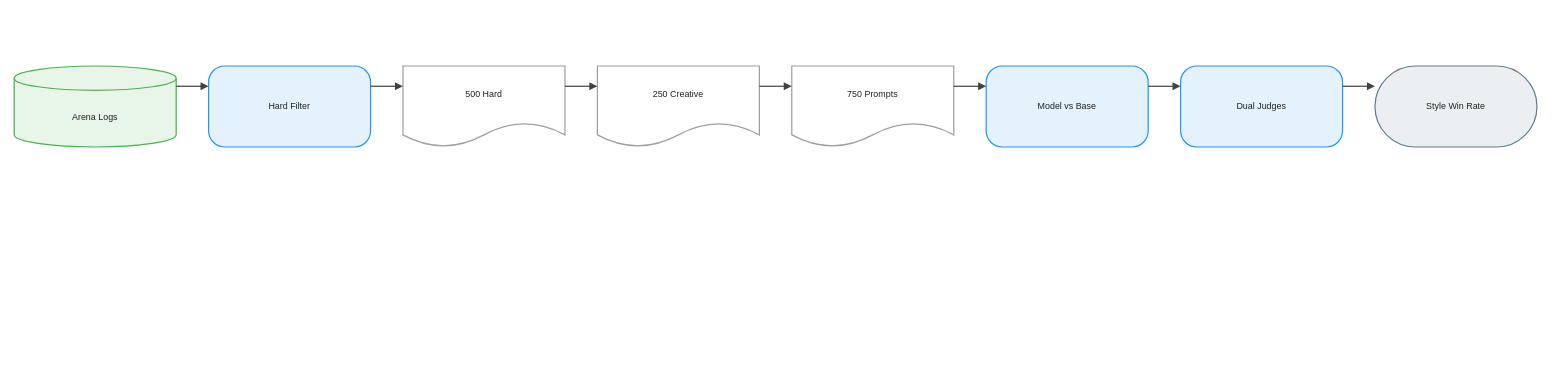
The draw.io diagram client/public/drawio/Arena-Hard-Auto_v2.0/Arena-Hard-Auto_v2.0.en.drawio in joe1chief/benchmark-hub, before the edit. Source tidied: cells renumbered, new cells numbered last; positions are measured from the earlier drawing's top-left corner, leaving out a move shared by most shapes. Both pictures are drawn from the tidied source at 81%, with x=0, y=0 at pixel (14, 66).
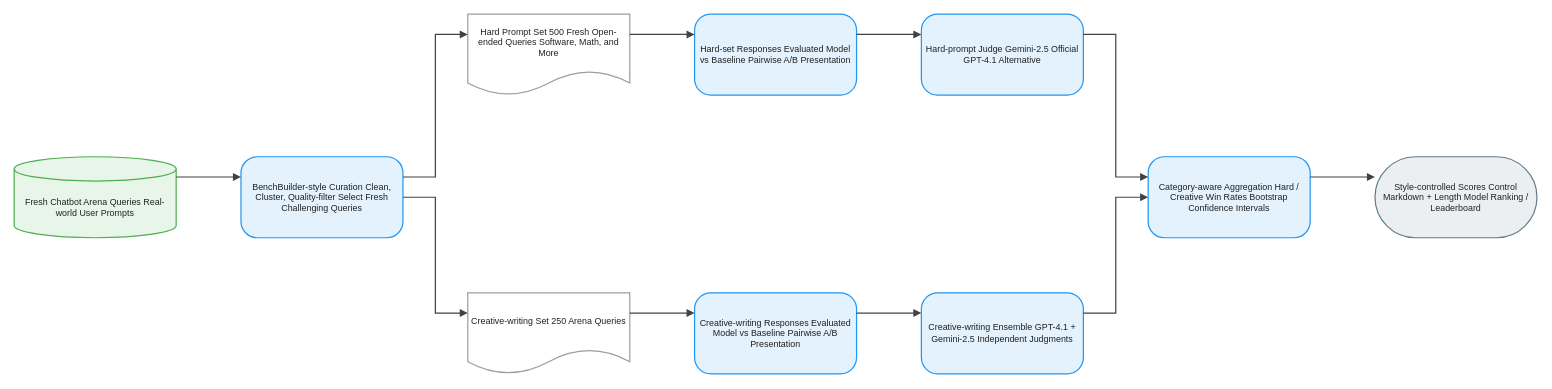
The same page after the edit.

The edit, as a diff of the source:
```diff
@@
-    <mxCell id="2" value="Arena Logs" style="shape=cylinder3;boundedLbl=1;backgroundOutline=1;size=15;html=1;whiteSpace=wrap;fillColor=#E8F5E9;strokeColor=#4CAF50;strokeWidth=1.5;fontColor=#212121;fontSize=11;fontFamily=Arial, Helvetica, sans-serif;verticalAlign=middle;align=center;" parent="1" vertex="1">
-      <mxGeometry width="200" height="100" as="geometry" />
+    <mxCell id="2" value="Fresh Chatbot Arena Queries Real-world User Prompts" style="shape=cylinder3;boundedLbl=1;backgroundOutline=1;size=15;html=1;whiteSpace=wrap;fillColor=#E8F5E9;strokeColor=#4CAF50;strokeWidth=1.5;fontColor=#212121;fontSize=11;fontFamily=Arial, Helvetica, sans-serif;verticalAlign=middle;align=center;" parent="1" vertex="1">
+      <mxGeometry y="112" width="200" height="100" as="geometry" />
     </mxCell>
-    <mxCell id="3" value="Hard Filter" style="rounded=1;arcSize=20;html=1;whiteSpace=wrap;fillColor=#E3F2FD;strokeColor=#2196F3;strokeWidth=1.5;fontColor=#212121;fontSize=11;fontFamily=Arial, Helvetica, sans-serif;verticalAlign=middle;align=center;" parent="1" vertex="1">
-      <mxGeometry x="240" width="200" height="100" as="geometry" />
+    <mxCell id="3" value="BenchBuilder-style Curation Clean, Cluster, Quality-filter Select Fresh Challenging Queries" style="rounded=1;arcSize=20;html=1;whiteSpace=wrap;fillColor=#E3F2FD;strokeColor=#2196F3;strokeWidth=1.5;fontColor=#212121;fontSize=11;fontFamily=Arial, Helvetica, sans-serif;verticalAlign=middle;align=center;" parent="1" vertex="1">
+      <mxGeometry x="280" y="112" width="200" height="100" as="geometry" />
     </mxCell>
-    <mxCell id="4" value="500 Hard" style="shape=document;boundedLbl=1;html=1;whiteSpace=wrap;fillColor=#FFFFFF;strokeColor=#9E9E9E;strokeWidth=1.5;fontColor=#212121;fontSize=11;fontFamily=Arial, Helvetica, sans-serif;verticalAlign=middle;align=center;" parent="1" vertex="1">
-      <mxGeometry x="480" width="200" height="100" as="geometry" />
+    <mxCell id="4" value="Hard Prompt Set 500 Fresh Open-ended Queries Software, Math, and More" style="shape=document;boundedLbl=1;html=1;whiteSpace=wrap;fillColor=#FFFFFF;strokeColor=#9E9E9E;strokeWidth=1.5;fontColor=#212121;fontSize=11;fontFamily=Arial, Helvetica, sans-serif;verticalAlign=middle;align=center;" parent="1" vertex="1">
+      <mxGeometry x="560" y="-64" width="200" height="100" as="geometry" />
     </mxCell>
-    <mxCell id="5" value="250 Creative" style="shape=document;boundedLbl=1;html=1;whiteSpace=wrap;fillColor=#FFFFFF;strokeColor=#9E9E9E;strokeWidth=1.5;fontColor=#212121;fontSize=11;fontFamily=Arial, Helvetica, sans-serif;verticalAlign=middle;align=center;" parent="1" vertex="1">
-      <mxGeometry x="720" width="200" height="100" as="geometry" />
+    <mxCell id="5" value="Creative-writing Set 250 Arena Queries" style="shape=document;boundedLbl=1;html=1;whiteSpace=wrap;fillColor=#FFFFFF;strokeColor=#9E9E9E;strokeWidth=1.5;fontColor=#212121;fontSize=11;fontFamily=Arial, Helvetica, sans-serif;verticalAlign=middle;align=center;" parent="1" vertex="1">
+      <mxGeometry x="560" y="280" width="200" height="100" as="geometry" />
     </mxCell>
-    <mxCell id="6" value="750 Prompts" style="shape=document;boundedLbl=1;html=1;whiteSpace=wrap;fillColor=#FFFFFF;strokeColor=#9E9E9E;strokeWidth=1.5;fontColor=#212121;fontSize=11;fontFamily=Arial, Helvetica, sans-serif;verticalAlign=middle;align=center;" parent="1" vertex="1">
-      <mxGeometry x="960" width="200" height="100" as="geometry" />
+    <mxCell id="6" value="Hard-set Responses Evaluated Model vs Baseline Pairwise A/B Presentation" style="rounded=1;arcSize=20;html=1;whiteSpace=wrap;fillColor=#E3F2FD;strokeColor=#2196F3;strokeWidth=1.5;fontColor=#212121;fontSize=11;fontFamily=Arial, Helvetica, sans-serif;verticalAlign=middle;align=center;" parent="1" vertex="1">
+      <mxGeometry x="840" y="-64" width="200" height="100" as="geometry" />
     </mxCell>
-    <mxCell id="7" value="Model vs Base" style="rounded=1;arcSize=20;html=1;whiteSpace=wrap;fillColor=#E3F2FD;strokeColor=#2196F3;strokeWidth=1.5;fontColor=#212121;fontSize=11;fontFamily=Arial, Helvetica, sans-serif;verticalAlign=middle;align=center;" parent="1" vertex="1">
-      <mxGeometry x="1200" width="200" height="100" as="geometry" />
+    <mxCell id="7" value="Creative-writing Responses Evaluated Model vs Baseline Pairwise A/B Presentation" style="rounded=1;arcSize=20;html=1;whiteSpace=wrap;fillColor=#E3F2FD;strokeColor=#2196F3;strokeWidth=1.5;fontColor=#212121;fontSize=11;fontFamily=Arial, Helvetica, sans-serif;verticalAlign=middle;align=center;" parent="1" vertex="1">
+      <mxGeometry x="840" y="280" width="200" height="100" as="geometry" />
     </mxCell>
-    <mxCell id="8" value="Dual Judges" style="rounded=1;arcSize=20;html=1;whiteSpace=wrap;fillColor=#E3F2FD;strokeColor=#2196F3;strokeWidth=1.5;fontColor=#212121;fontSize=11;fontFamily=Arial, Helvetica, sans-serif;verticalAlign=middle;align=center;" parent="1" vertex="1">
-      <mxGeometry x="1440" width="200" height="100" as="geometry" />
+    <mxCell id="8" value="Hard-prompt Judge Gemini-2.5 Official GPT-4.1 Alternative" style="rounded=1;arcSize=20;html=1;whiteSpace=wrap;fillColor=#E3F2FD;strokeColor=#2196F3;strokeWidth=1.5;fontColor=#212121;fontSize=11;fontFamily=Arial, Helvetica, sans-serif;verticalAlign=middle;align=center;" parent="1" vertex="1">
+      <mxGeometry x="1120" y="-64" width="200" height="100" as="geometry" />
     </mxCell>
-    <mxCell id="9" value="Style Win Rate" style="rounded=1;arcSize=50;html=1;whiteSpace=wrap;fillColor=#ECEFF1;strokeColor=#607D8B;strokeWidth=1.5;fontColor=#212121;fontSize=11;fontFamily=Arial, Helvetica, sans-serif;verticalAlign=middle;align=center;" parent="1" vertex="1">
-      <mxGeometry x="1680" width="200" height="100" as="geometry" />
+    <mxCell id="9" value="Creative-writing Ensemble GPT-4.1 + Gemini-2.5 Independent Judgments" style="rounded=1;arcSize=20;html=1;whiteSpace=wrap;fillColor=#E3F2FD;strokeColor=#2196F3;strokeWidth=1.5;fontColor=#212121;fontSize=11;fontFamily=Arial, Helvetica, sans-serif;verticalAlign=middle;align=center;" parent="1" vertex="1">
+      <mxGeometry x="1120" y="280" width="200" height="100" as="geometry" />
     </mxCell>
-    <mxCell id="10" style="edgeStyle=orthogonalEdgeStyle;rounded=0;jettySize=auto;html=1;strokeColor=#424242;strokeWidth=1.5;endArrow=block;endFill=1;exitX=1;exitY=0.25;exitDx=0;exitDy=0;entryX=0;entryY=0.25;entryDx=0;entryDy=0;jumpStyle=arc;jumpSize=8;" parent="1" edge="1" source="2" target="3">
-      <mxGeometry relative="1" as="geometry" />
+    <mxCell id="10" value="Category-aware Aggregation Hard / Creative Win Rates Bootstrap Confidence Intervals" style="rounded=1;arcSize=20;html=1;whiteSpace=wrap;fillColor=#E3F2FD;strokeColor=#2196F3;strokeWidth=1.5;fontColor=#212121;fontSize=11;fontFamily=Arial, Helvetica, sans-serif;verticalAlign=middle;align=center;" parent="1" vertex="1">
+      <mxGeometry x="1400" y="112" width="200" height="100" as="geometry" />
     </mxCell>
-    <mxCell id="11" style="edgeStyle=orthogonalEdgeStyle;rounded=0;jettySize=auto;html=1;strokeColor=#424242;strokeWidth=1.5;endArrow=block;endFill=1;exitX=1;exitY=0.25;exitDx=0;exitDy=0;entryX=0;entryY=0.25;entryDx=0;entryDy=0;jumpStyle=arc;jumpSize=8;" parent="1" edge="1" source="3" target="4">
-      <mxGeometry relative="1" as="geometry" />
+    <mxCell id="11" value="Style-controlled Scores Control Markdown + Length Model Ranking / Leaderboard" style="rounded=1;arcSize=50;html=1;whiteSpace=wrap;fillColor=#ECEFF1;strokeColor=#607D8B;strokeWidth=1.5;fontColor=#212121;fontSize=11;fontFamily=Arial, Helvetica, sans-serif;verticalAlign=middle;align=center;" parent="1" vertex="1">
+      <mxGeometry x="1680" y="112" width="200" height="100" as="geometry" />
     </mxCell>
-    <mxCell id="12" style="edgeStyle=orthogonalEdgeStyle;rounded=0;jettySize=auto;html=1;strokeColor=#424242;strokeWidth=1.5;endArrow=block;endFill=1;exitX=1;exitY=0.25;exitDx=0;exitDy=0;entryX=0;entryY=0.25;entryDx=0;entryDy=0;jumpStyle=arc;jumpSize=8;" parent="1" edge="1" source="4" target="5">
+    <mxCell id="12" style="edgeStyle=orthogonalEdgeStyle;rounded=0;jettySize=auto;html=1;strokeColor=#424242;strokeWidth=1.5;endArrow=block;endFill=1;exitX=1;exitY=0.25;exitDx=0;exitDy=0;entryX=0;entryY=0.25;entryDx=0;entryDy=0;jumpStyle=arc;jumpSize=8;" parent="1" edge="1" source="2" target="3">
       <mxGeometry relative="1" as="geometry" />
     </mxCell>
-    <mxCell id="13" style="edgeStyle=orthogonalEdgeStyle;rounded=0;jettySize=auto;html=1;strokeColor=#424242;strokeWidth=1.5;endArrow=block;endFill=1;exitX=1;exitY=0.25;exitDx=0;exitDy=0;entryX=0;entryY=0.25;entryDx=0;entryDy=0;jumpStyle=arc;jumpSize=8;" parent="1" edge="1" source="5" target="6">
+    <mxCell id="13" style="edgeStyle=orthogonalEdgeStyle;rounded=0;jettySize=auto;html=1;strokeColor=#424242;strokeWidth=1.5;endArrow=block;endFill=1;exitX=1;exitY=0.25;exitDx=0;exitDy=0;entryX=0;entryY=0.25;entryDx=0;entryDy=0;jumpStyle=arc;jumpSize=8;" parent="1" edge="1" source="3" target="4">
       <mxGeometry relative="1" as="geometry" />
     </mxCell>
-    <mxCell id="14" style="edgeStyle=orthogonalEdgeStyle;rounded=0;jettySize=auto;html=1;strokeColor=#424242;strokeWidth=1.5;endArrow=block;endFill=1;exitX=1;exitY=0.25;exitDx=0;exitDy=0;entryX=0;entryY=0.25;entryDx=0;entryDy=0;jumpStyle=arc;jumpSize=8;" parent="1" edge="1" source="6" target="7">
+    <mxCell id="14" style="edgeStyle=orthogonalEdgeStyle;rounded=0;jettySize=auto;html=1;strokeColor=#424242;strokeWidth=1.5;endArrow=block;endFill=1;exitX=1;exitY=0.5;exitDx=0;exitDy=0;entryX=0;entryY=0.25;entryDx=0;entryDy=0;jumpStyle=arc;jumpSize=8;" parent="1" edge="1" source="3" target="5">
       <mxGeometry relative="1" as="geometry" />
     </mxCell>
-    <mxCell id="15" style="edgeStyle=orthogonalEdgeStyle;rounded=0;jettySize=auto;html=1;strokeColor=#424242;strokeWidth=1.5;endArrow=block;endFill=1;exitX=1;exitY=0.25;exitDx=0;exitDy=0;entryX=0;entryY=0.25;entryDx=0;entryDy=0;jumpStyle=arc;jumpSize=8;" parent="1" edge="1" source="7" target="8">
+    <mxCell id="15" style="edgeStyle=orthogonalEdgeStyle;rounded=0;jettySize=auto;html=1;strokeColor=#424242;strokeWidth=1.5;endArrow=block;endFill=1;exitX=1;exitY=0.25;exitDx=0;exitDy=0;entryX=0;entryY=0.25;entryDx=0;entryDy=0;jumpStyle=arc;jumpSize=8;" parent="1" edge="1" source="4" target="6">
       <mxGeometry relative="1" as="geometry" />
     </mxCell>
-    <mxCell id="16" style="edgeStyle=orthogonalEdgeStyle;rounded=0;jettySize=auto;html=1;strokeColor=#424242;strokeWidth=1.5;endArrow=block;endFill=1;exitX=1;exitY=0.25;exitDx=0;exitDy=0;entryX=0;entryY=0.25;entryDx=0;entryDy=0;jumpStyle=arc;jumpSize=8;" parent="1" edge="1" source="8" target="9">
+    <mxCell id="16" style="edgeStyle=orthogonalEdgeStyle;rounded=0;jettySize=auto;html=1;strokeColor=#424242;strokeWidth=1.5;endArrow=block;endFill=1;exitX=1;exitY=0.25;exitDx=0;exitDy=0;entryX=0;entryY=0.25;entryDx=0;entryDy=0;jumpStyle=arc;jumpSize=8;" parent="1" edge="1" source="5" target="7">
       <mxGeometry relative="1" as="geometry" />
     </mxCell>
+    <mxCell id="17" style="edgeStyle=orthogonalEdgeStyle;rounded=0;jettySize=auto;html=1;strokeColor=#424242;strokeWidth=1.5;endArrow=block;endFill=1;exitX=1;exitY=0.25;exitDx=0;exitDy=0;entryX=0;entryY=0.25;entryDx=0;entryDy=0;jumpStyle=arc;jumpSize=8;" parent="1" edge="1" source="6" target="8">
+      <mxGeometry relative="1" as="geometry" />
+    </mxCell>
+    <mxCell id="18" style="edgeStyle=orthogonalEdgeStyle;rounded=0;jettySize=auto;html=1;strokeColor=#424242;strokeWidth=1.5;endArrow=block;endFill=1;exitX=1;exitY=0.25;exitDx=0;exitDy=0;entryX=0;entryY=0.25;entryDx=0;entryDy=0;jumpStyle=arc;jumpSize=8;" parent="1" edge="1" source="7" target="9">
+      <mxGeometry relative="1" as="geometry" />
+    </mxCell>
+    <mxCell id="19" style="edgeStyle=orthogonalEdgeStyle;rounded=0;jettySize=auto;html=1;strokeColor=#424242;strokeWidth=1.5;endArrow=block;endFill=1;exitX=1;exitY=0.25;exitDx=0;exitDy=0;entryX=0;entryY=0.25;entryDx=0;entryDy=0;jumpStyle=arc;jumpSize=8;" parent="1" edge="1" source="8" target="10">
+      <mxGeometry relative="1" as="geometry" />
+    </mxCell>
+    <mxCell id="20" style="edgeStyle=orthogonalEdgeStyle;rounded=0;jettySize=auto;html=1;strokeColor=#424242;strokeWidth=1.5;endArrow=block;endFill=1;exitX=1;exitY=0.25;exitDx=0;exitDy=0;entryX=0;entryY=0.5;entryDx=0;entryDy=0;jumpStyle=arc;jumpSize=8;" parent="1" edge="1" source="9" target="10">
+      <mxGeometry relative="1" as="geometry" />
+    </mxCell>
+    <mxCell id="21" style="edgeStyle=orthogonalEdgeStyle;rounded=0;jettySize=auto;html=1;strokeColor=#424242;strokeWidth=1.5;endArrow=block;endFill=1;exitX=1;exitY=0.25;exitDx=0;exitDy=0;entryX=0;entryY=0.25;entryDx=0;entryDy=0;jumpStyle=arc;jumpSize=8;" parent="1" edge="1" source="10" target="11">
+      <mxGeometry relative="1" as="geometry" />
+    </mxCell>
```
